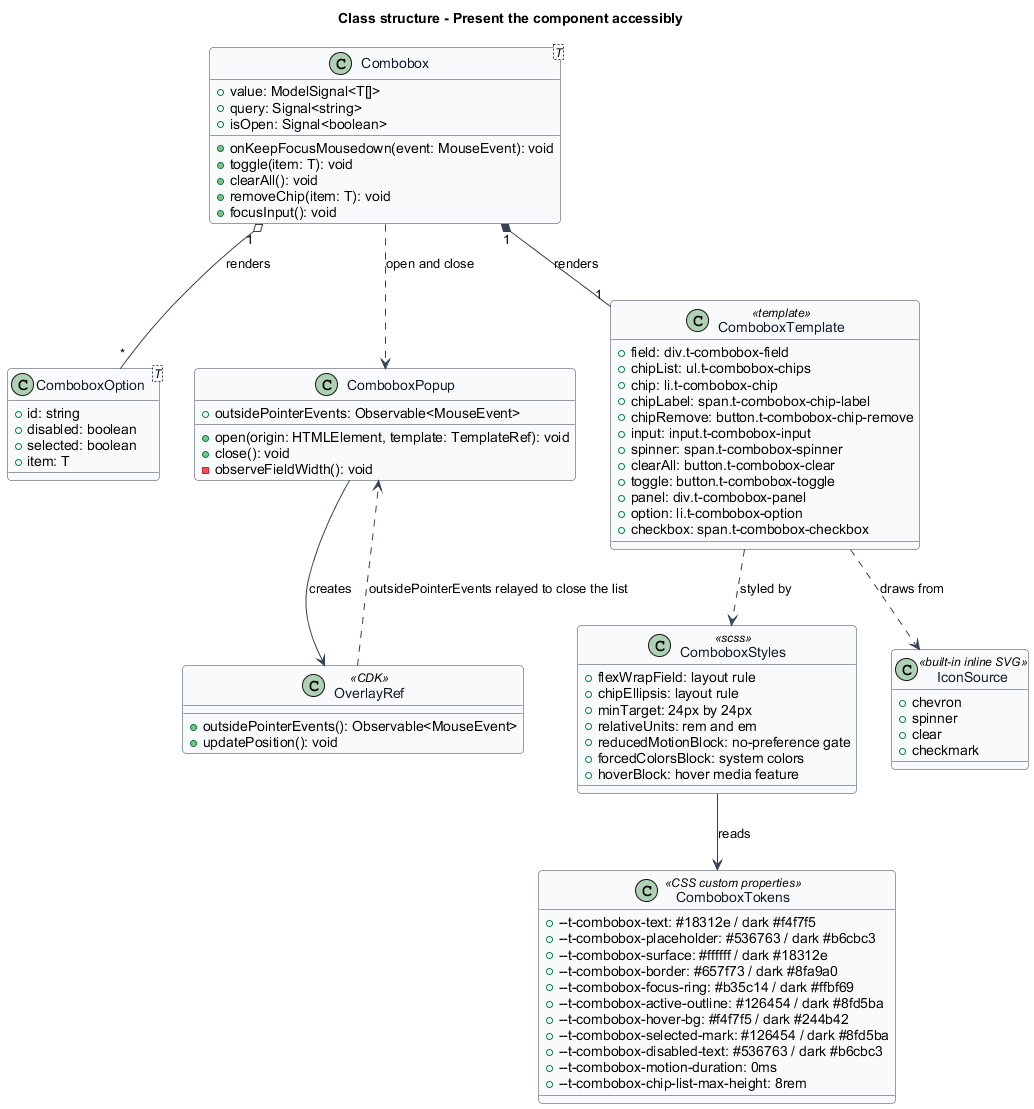
Before: docs/detailed-designs/combobox/present-accessibly/diagrams/class-structure.png, a diagram exported from PlantUML (QuinntyneBrown/Tessera). The source it was exported from:
```plantuml
@startuml
skinparam backgroundColor #FFFFFF
skinparam shadowing false
skinparam roundcorner 8
skinparam defaultFontName Arial
skinparam ArrowColor #344054
skinparam class {
  BorderColor #344054
  FontColor #101828
  BackgroundColor #F9FAFB
}
title Class structure - Present the component accessibly

class "Combobox<T>" as Combobox {
  +value: ModelSignal<T[]>
  +query: Signal<string>
  +isOpen: Signal<boolean>
  +onKeepFocusMousedown(event: MouseEvent): void
  +toggle(item: T): void
  +clearAll(): void
  +removeChip(item: T): void
  +focusInput(): void
}

class "ComboboxOption<T>" as ComboboxOption {
  +id: string
  +disabled: boolean
  +selected: boolean
  +item: T
}

class ComboboxPopup {
  +open(origin: HTMLElement, template: TemplateRef): void
  +close(): void
  +outsidePointerEvents: Observable<MouseEvent>
  -observeFieldWidth(): void
}

class "OverlayRef" as OverlayRef <<CDK>> {
  +outsidePointerEvents(): Observable<MouseEvent>
  +updatePosition(): void
}

class ComboboxTemplate <<template>> {
  +field: div.t-combobox-field
  +chipList: ul.t-combobox-chips
  +chip: li.t-combobox-chip
  +chipLabel: span.t-combobox-chip-label
  +chipRemove: button.t-combobox-chip-remove
  +input: input.t-combobox-input
  +spinner: span.t-combobox-spinner
  +clearAll: button.t-combobox-clear
  +toggle: button.t-combobox-toggle
  +panel: div.t-combobox-panel
  +option: li.t-combobox-option
  +checkbox: span.t-combobox-checkbox
}

class ComboboxStyles <<scss>> {
  +flexWrapField: layout rule
  +chipEllipsis: layout rule
  +minTarget: 24px by 24px
  +relativeUnits: rem and em
  +reducedMotionBlock: no-preference gate
  +forcedColorsBlock: system colors
  +hoverBlock: hover media feature
}

class ComboboxTokens <<CSS custom properties>> {
  +--t-combobox-text: #18312e / dark #f4f7f5
  +--t-combobox-placeholder: #536763 / dark #b6cbc3
  +--t-combobox-surface: #ffffff / dark #18312e
  +--t-combobox-border: #657f73 / dark #8fa9a0
  +--t-combobox-focus-ring: #b35c14 / dark #ffbf69
  +--t-combobox-active-outline: #126454 / dark #8fd5ba
  +--t-combobox-hover-bg: #f4f7f5 / dark #244b42
  +--t-combobox-selected-mark: #126454 / dark #8fd5ba
  +--t-combobox-disabled-text: #536763 / dark #b6cbc3
  +--t-combobox-motion-duration: 0ms
  +--t-combobox-chip-list-max-height: 8rem
}

class IconSource <<built-in inline SVG>> {
  +chevron
  +spinner
  +clear
  +checkmark
}

Combobox "1" *-- "1" ComboboxTemplate : renders
Combobox "1" o-- "*" ComboboxOption : renders
Combobox ..> ComboboxPopup : open and close
ComboboxPopup --> OverlayRef : creates
OverlayRef ..> ComboboxPopup : outsidePointerEvents relayed to close the list
ComboboxTemplate ..> ComboboxStyles : styled by
ComboboxStyles --> ComboboxTokens : reads
ComboboxTemplate ..> IconSource : draws from
@enduml
```
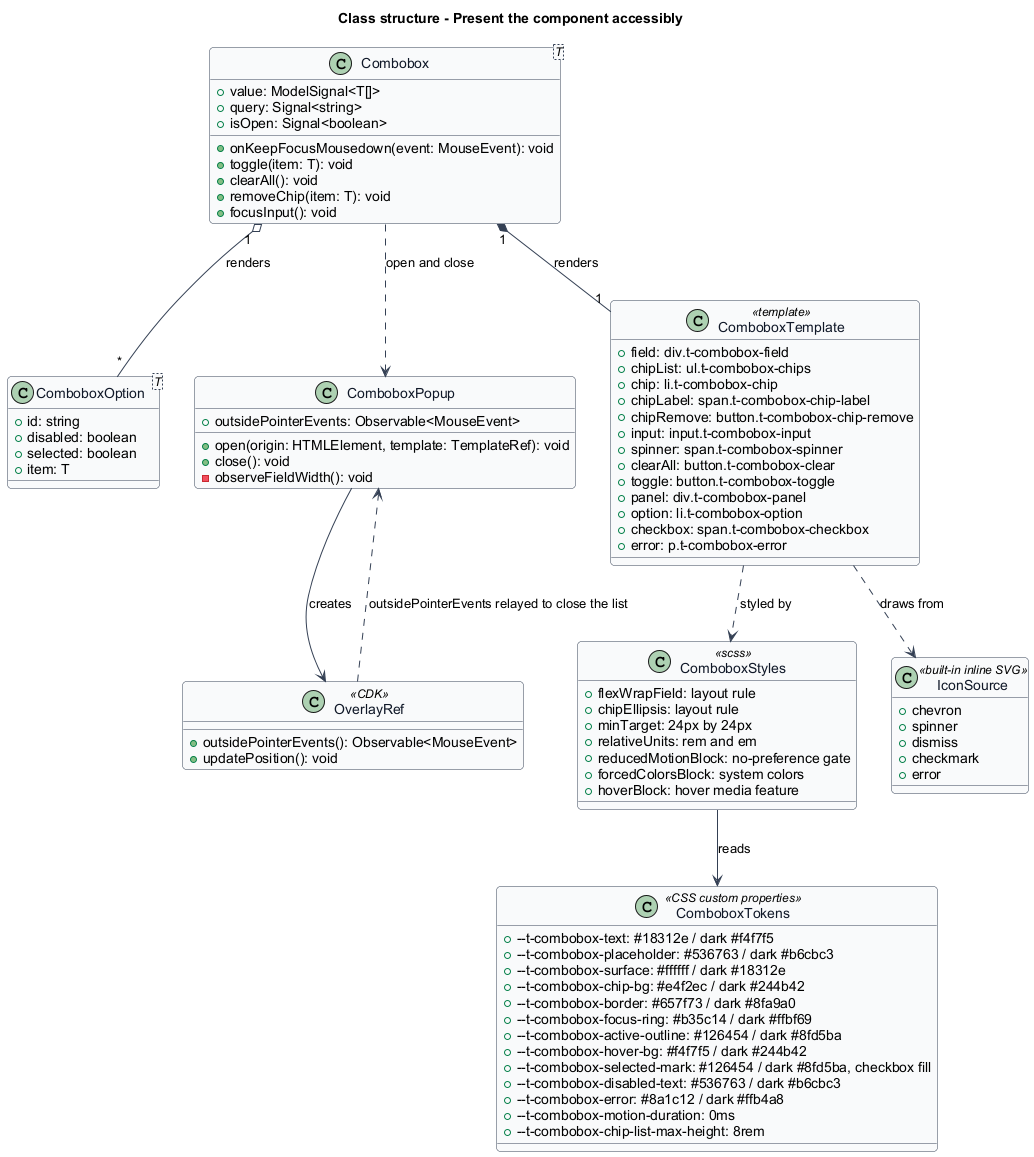
Later version of the same file.

The edit, as a diff of the source:
```diff
@@ -54,6 +54,7 @@
   +panel: div.t-combobox-panel
   +option: li.t-combobox-option
   +checkbox: span.t-combobox-checkbox
+  +error: p.t-combobox-error
 }
 
 class ComboboxStyles <<scss>> {
@@ -70,12 +71,14 @@
   +--t-combobox-text: #18312e / dark #f4f7f5
   +--t-combobox-placeholder: #536763 / dark #b6cbc3
   +--t-combobox-surface: #ffffff / dark #18312e
+  +--t-combobox-chip-bg: #e4f2ec / dark #244b42
   +--t-combobox-border: #657f73 / dark #8fa9a0
   +--t-combobox-focus-ring: #b35c14 / dark #ffbf69
   +--t-combobox-active-outline: #126454 / dark #8fd5ba
   +--t-combobox-hover-bg: #f4f7f5 / dark #244b42
-  +--t-combobox-selected-mark: #126454 / dark #8fd5ba
+  +--t-combobox-selected-mark: #126454 / dark #8fd5ba, checkbox fill
   +--t-combobox-disabled-text: #536763 / dark #b6cbc3
+  +--t-combobox-error: #8a1c12 / dark #ffb4a8
   +--t-combobox-motion-duration: 0ms
   +--t-combobox-chip-list-max-height: 8rem
 }
@@ -83,8 +86,9 @@
 class IconSource <<built-in inline SVG>> {
   +chevron
   +spinner
-  +clear
+  +dismiss
   +checkmark
+  +error
 }
 
 Combobox "1" *-- "1" ComboboxTemplate : renders
```
